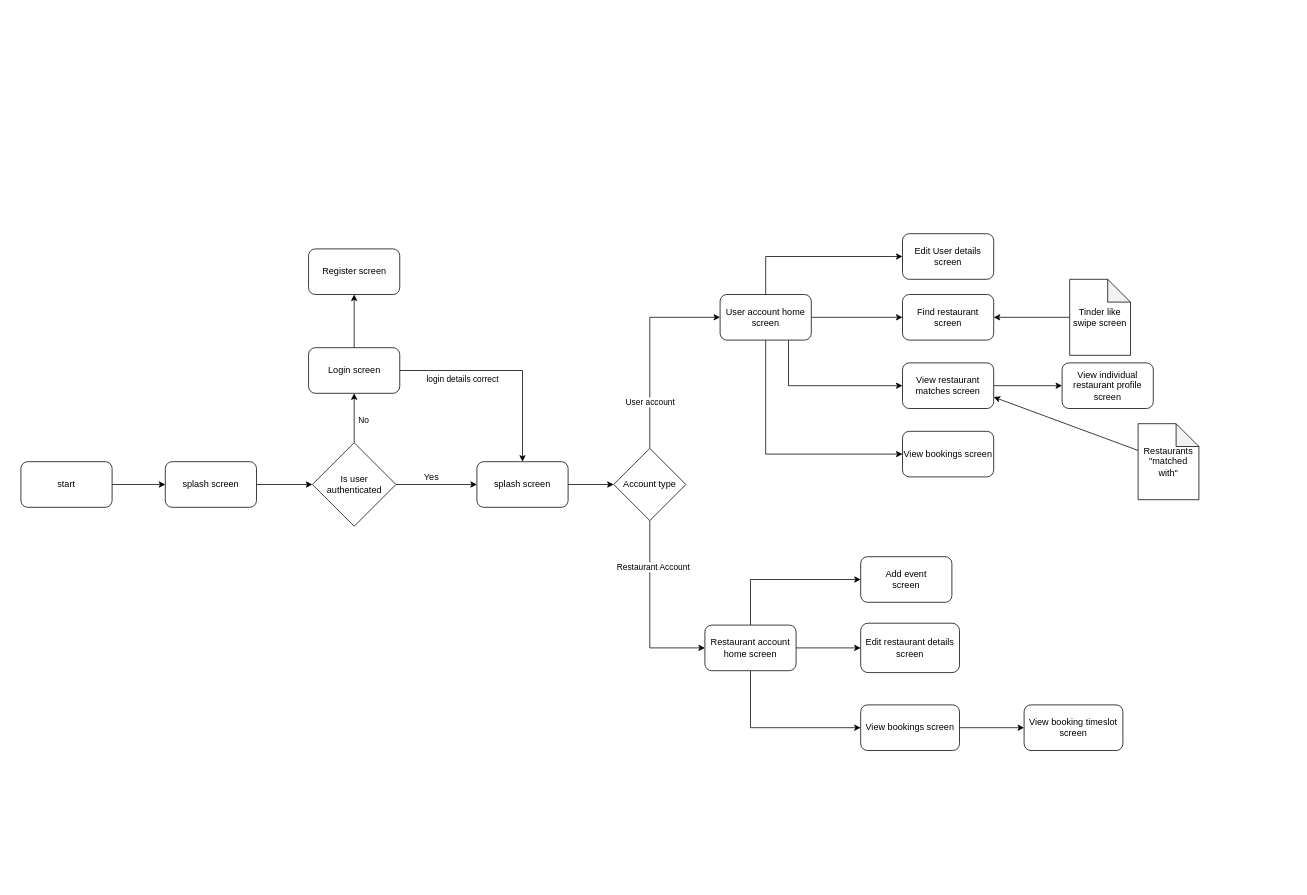
This is frontend/documentation/screen-flowchart.drawio from dylanvanh/MunchOut, a draw.io file, before an edit. Source tidied: cells renumbered, new cells numbered last; positions are measured from the earlier drawing's top-left corner, leaving out a move shared by most shapes. Both pictures are drawn from the tidied source at 76%, with x=0, y=0 at pixel (21, 233).
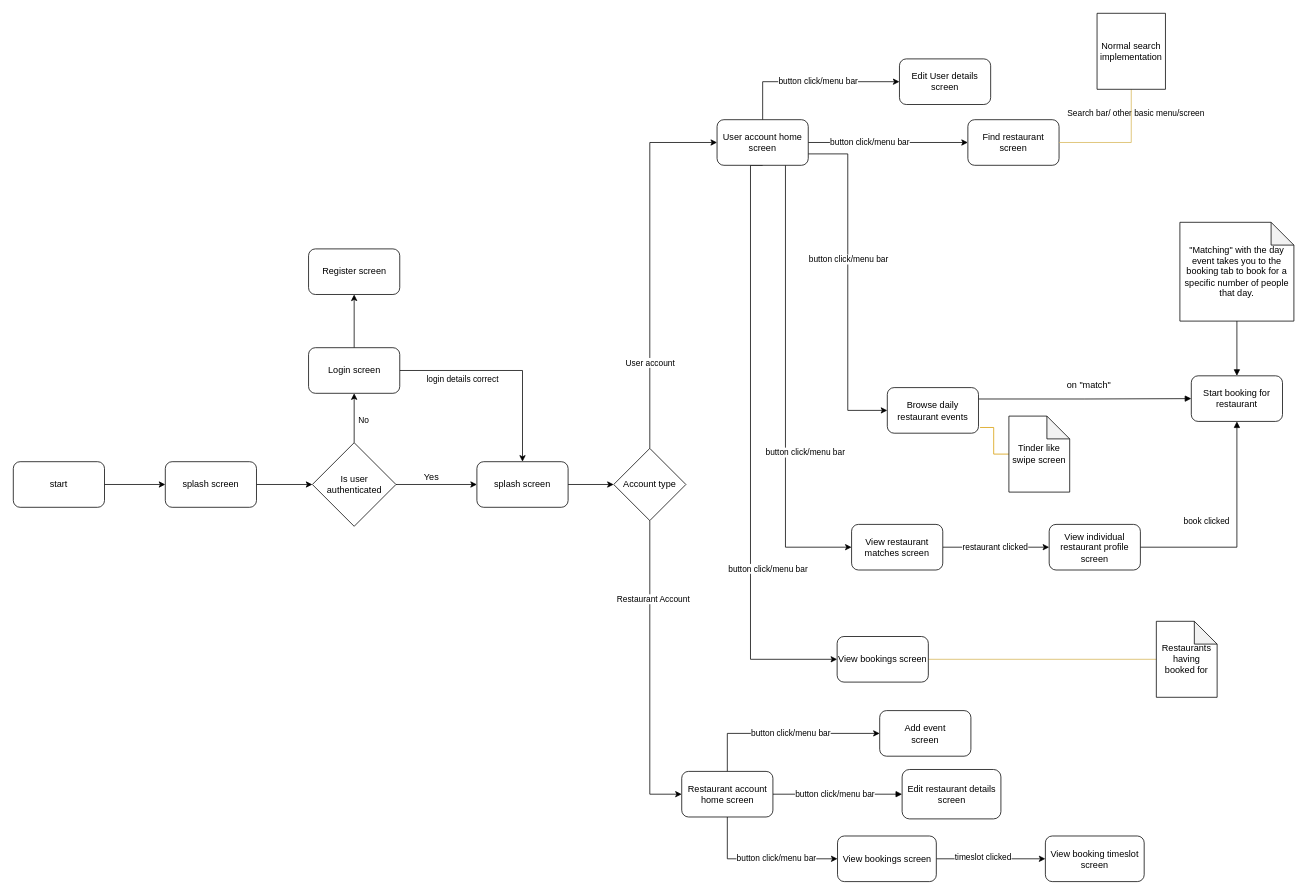
After the change.

Commit message:
Updated frontend flowchart-documentation (#5)

The change refers to these unchanged cells:
```xml
<mxCell id="17" style="edgeStyle=orthogonalEdgeStyle;rounded=0;jettySize=auto;html=1;exitX=1;exitY=0.5;exitDx=0;exitDy=0;" parent="1" edge="1" source="18" target="41">
  <mxGeometry relative="1" as="geometry" />
</mxCell>
<mxCell id="19" style="edgeStyle=orthogonalEdgeStyle;rounded=0;jettySize=auto;html=1;exitX=0.5;exitY=0;exitDx=0;exitDy=0;entryX=0;entryY=0.5;entryDx=0;entryDy=0;" parent="1" edge="1" source="22" target="28">
  <mxGeometry relative="1" as="geometry" />
</mxCell>
<mxCell id="23" style="edgeStyle=orthogonalEdgeStyle;rounded=0;jettySize=auto;html=1;exitX=0.5;exitY=0;exitDx=0;exitDy=0;entryX=0;entryY=0.5;entryDx=0;entryDy=0;" parent="1" edge="1" source="27" target="35">
  <mxGeometry relative="1" as="geometry" />
</mxCell>
<mxCell id="24" style="edgeStyle=orthogonalEdgeStyle;rounded=0;jettySize=auto;html=1;exitX=1;exitY=0.5;exitDx=0;exitDy=0;entryX=0;entryY=0.5;entryDx=0;entryDy=0;" parent="1" edge="1" source="27" target="39">
  <mxGeometry relative="1" as="geometry" />
</mxCell>
<mxCell id="25" style="edgeStyle=orthogonalEdgeStyle;rounded=0;jettySize=auto;html=1;exitX=0.75;exitY=1;exitDx=0;exitDy=0;entryX=0;entryY=0.5;entryDx=0;entryDy=0;" parent="1" edge="1" source="27" target="38">
  <mxGeometry relative="1" as="geometry" />
</mxCell>
<mxCell id="37" style="edgeStyle=orthogonalEdgeStyle;rounded=0;jettySize=auto;html=1;exitX=1;exitY=0.5;exitDx=0;exitDy=0;entryX=0;entryY=0.5;entryDx=0;entryDy=0;" parent="1" edge="1" source="38" target="40">
  <mxGeometry relative="1" as="geometry" />
</mxCell>
```

The edit, as a diff of the source:
```diff
@@
     <mxCell id="3" value="start" style="rounded=1;whiteSpace=wrap;html=1;" parent="1" vertex="1">
-      <mxGeometry y="300" width="120" height="60" as="geometry" />
+      <mxGeometry x="-10" y="300" width="120" height="60" as="geometry" />
     </mxCell>
@@
+    <mxCell id="46" value="timeslot clicked" style="edgeLabel;html=1;align=center;verticalAlign=middle;" parent="17" vertex="1">
+      <mxGeometry x="-0.15" y="2" relative="1" as="geometry" />
+    </mxCell>
     <mxCell id="18" value="View bookings screen" style="rounded=1;whiteSpace=wrap;html=1;" parent="1" vertex="1">
-      <mxGeometry x="1105" y="620" width="130" height="60" as="geometry" />
+      <mxGeometry x="1074.5" y="792.5" width="130" height="60" as="geometry" />
     </mxCell>
@@
+    <mxCell id="47" value="button click/menu bar" style="edgeLabel;html=1;align=center;verticalAlign=middle;" parent="19" vertex="1">
+      <mxGeometry x="0.06" relative="1" as="geometry" />
+    </mxCell>
+    <mxCell id="21" style="edgeStyle=orthogonalEdgeStyle;rounded=0;jettySize=auto;html=1;exitX=0.5;exitY=1;exitDx=0;exitDy=0;entryX=0;entryY=0.5;entryDx=0;entryDy=0;" parent="1" edge="1" source="22" target="18">
+      <mxGeometry relative="1" as="geometry" />
+    </mxCell>
+    <mxCell id="48" value="button click/menu bar" style="edgeLabel;html=1;align=center;verticalAlign=middle;" parent="21" vertex="1">
+      <mxGeometry x="0.19" y="1" relative="1" as="geometry" />
+    </mxCell>
-    <mxCell id="20" style="edgeStyle=orthogonalEdgeStyle;rounded=0;jettySize=auto;html=1;exitX=1;exitY=0.5;exitDx=0;exitDy=0;entryX=0;entryY=0.5;entryDx=0;entryDy=0;" parent="1" edge="1" source="22" target="29">
+    <mxCell id="20" style="edgeStyle=orthogonalEdgeStyle;rounded=0;jettySize=auto;html=1;exitX=1;exitY=0.5;exitDx=0;exitDy=0;entryX=0;entryY=0.5;entryDx=0;entryDy=0;endArrow=block;endFill=1;" parent="1" edge="1" source="22" target="29">
       <mxGeometry relative="1" as="geometry" />
     </mxCell>
-    <mxCell id="21" style="edgeStyle=orthogonalEdgeStyle;rounded=0;jettySize=auto;html=1;exitX=0.5;exitY=1;exitDx=0;exitDy=0;entryX=0;entryY=0.5;entryDx=0;entryDy=0;" parent="1" edge="1" source="22" target="18">
-      <mxGeometry relative="1" as="geometry" />
-    </mxCell>
+    <mxCell id="49" value="button click/menu bar" style="edgeLabel;html=1;align=center;verticalAlign=middle;" parent="20" vertex="1">
+      <mxGeometry x="-0.28" y="-1" relative="1" as="geometry">
+        <mxPoint x="20" y="-1" as="offset" />
+      </mxGeometry>
+    </mxCell>
     <mxCell id="22" value="Restaurant account home screen" style="rounded=1;whiteSpace=wrap;html=1;" parent="1" vertex="1">
-      <mxGeometry x="900" y="515" width="120" height="60" as="geometry" />
+      <mxGeometry x="869.5" y="707.5" width="120" height="60" as="geometry" />
     </mxCell>
@@
+    <mxCell id="50" value="button click/menu bar" style="edgeLabel;html=1;align=center;verticalAlign=middle;" parent="23" vertex="1">
+      <mxGeometry x="0.06" y="2" relative="1" as="geometry" />
+    </mxCell>
@@
+    <mxCell id="51" value="Search bar/ other basic menu/screen" style="edgeLabel;html=1;align=center;verticalAlign=middle;" parent="24" vertex="1">
+      <mxGeometry x="-0.11" y="1" relative="1" as="geometry">
+        <mxPoint x="337" y="-39" as="offset" />
+      </mxGeometry>
+    </mxCell>
+    <mxCell id="52" value="button click/menu bar" style="edgeLabel;html=1;align=center;verticalAlign=middle;" parent="24" vertex="1">
+      <mxGeometry x="-0.24" y="1" relative="1" as="geometry" />
+    </mxCell>
@@
+    <mxCell id="53" value="button click/menu bar" style="edgeLabel;html=1;align=center;verticalAlign=middle;" parent="25" vertex="1">
+      <mxGeometry x="0.28" relative="1" as="geometry">
+        <mxPoint x="25" as="offset" />
+      </mxGeometry>
+    </mxCell>
     <mxCell id="26" style="edgeStyle=orthogonalEdgeStyle;rounded=0;jettySize=auto;html=1;exitX=0.5;exitY=1;exitDx=0;exitDy=0;entryX=0;entryY=0.5;entryDx=0;entryDy=0;" parent="1" edge="1" source="27" target="36">
-      <mxGeometry relative="1" as="geometry" />
+      <mxGeometry relative="1" as="geometry">
+        <Array as="points">
+          <mxPoint x="960" y="-90" />
+          <mxPoint x="960" y="560" />
+        </Array>
+      </mxGeometry>
     </mxCell>
+    <mxCell id="54" value="button click/menu bar" style="edgeLabel;html=1;align=center;verticalAlign=middle;" parent="26" vertex="1">
+      <mxGeometry x="0.4" y="2" relative="1" as="geometry">
+        <mxPoint x="20" as="offset" />
+      </mxGeometry>
+    </mxCell>
+    <mxCell id="55" style="edgeStyle=orthogonalEdgeStyle;rounded=0;jettySize=auto;html=1;exitX=1;exitY=0.75;exitDx=0;exitDy=0;entryX=0;entryY=0.5;entryDx=0;entryDy=0;" parent="1" edge="1" source="27" target="63">
+      <mxGeometry relative="1" as="geometry" />
+    </mxCell>
+    <mxCell id="56" value="button click/menu bar" style="edgeLabel;html=1;align=center;verticalAlign=middle;" parent="55" vertex="1">
+      <mxGeometry x="-0.14" relative="1" as="geometry" />
+    </mxCell>
     <mxCell id="27" value="User account home screen" style="rounded=1;whiteSpace=wrap;html=1;" parent="1" vertex="1">
-      <mxGeometry x="920" y="80" width="120" height="60" as="geometry" />
+      <mxGeometry x="916" y="-150" width="120" height="60" as="geometry" />
     </mxCell>
     <mxCell id="28" value="Add event&lt;br&gt;screen" style="rounded=1;whiteSpace=wrap;html=1;" parent="1" vertex="1">
-      <mxGeometry x="1105" y="425" width="120" height="60" as="geometry" />
+      <mxGeometry x="1130" y="627.5" width="120" height="60" as="geometry" />
     </mxCell>
     <mxCell id="29" value="Edit restaurant details&lt;br&gt;screen" style="rounded=1;whiteSpace=wrap;html=1;" parent="1" vertex="1">
-      <mxGeometry x="1105" y="512.5" width="130" height="65" as="geometry" />
+      <mxGeometry x="1159.5" y="705" width="130" height="65" as="geometry" />
     </mxCell>
@@
     <mxCell id="35" value="Edit User details screen" style="rounded=1;whiteSpace=wrap;html=1;" parent="1" vertex="1">
-      <mxGeometry x="1160" width="120" height="60" as="geometry" />
+      <mxGeometry x="1156" y="-230" width="120" height="60" as="geometry" />
     </mxCell>
+    <mxCell id="57" style="edgeStyle=orthogonalEdgeStyle;rounded=0;jettySize=auto;html=1;exitX=1;exitY=0.5;exitDx=0;exitDy=0;entryX=0;entryY=0.5;entryDx=0;entryDy=0;entryPerimeter=0;endArrow=none;endFill=0;fillColor=#fff2cc;strokeColor=#d6b656;" parent="1" edge="1" source="36" target="66">
+      <mxGeometry relative="1" as="geometry" />
+    </mxCell>
     <mxCell id="36" value="View bookings screen" style="rounded=1;whiteSpace=wrap;html=1;" parent="1" vertex="1">
-      <mxGeometry x="1160" y="260" width="120" height="60" as="geometry" />
+      <mxGeometry x="1074" y="530" width="120" height="60" as="geometry" />
     </mxCell>
@@
+    <mxCell id="58" value="restaurant clicked" style="edgeLabel;html=1;align=center;verticalAlign=middle;" parent="37" vertex="1">
+      <mxGeometry x="-0.21" y="-1" relative="1" as="geometry">
+        <mxPoint x="13" y="-1" as="offset" />
+      </mxGeometry>
+    </mxCell>
     <mxCell id="38" value="View restaurant matches screen" style="rounded=1;whiteSpace=wrap;html=1;" parent="1" vertex="1">
-      <mxGeometry x="1160" y="170" width="120" height="60" as="geometry" />
+      <mxGeometry x="1093" y="382.5" width="120" height="60" as="geometry" />
     </mxCell>
     <mxCell id="39" value="Find restaurant screen" style="rounded=1;whiteSpace=wrap;html=1;" parent="1" vertex="1">
-      <mxGeometry x="1160" y="80" width="120" height="60" as="geometry" />
+      <mxGeometry x="1246" y="-150" width="120" height="60" as="geometry" />
     </mxCell>
+    <mxCell id="59" style="edgeStyle=orthogonalEdgeStyle;rounded=0;jettySize=auto;html=1;entryX=0.5;entryY=1;entryDx=0;entryDy=0;endArrow=block;endFill=1;" parent="1" edge="1" source="40" target="67">
+      <mxGeometry relative="1" as="geometry" />
+    </mxCell>
+    <mxCell id="60" value="book clicked" style="edgeLabel;html=1;align=center;verticalAlign=middle;" parent="59" vertex="1">
+      <mxGeometry x="-0.39" y="2" relative="1" as="geometry">
+        <mxPoint x="-3" y="-33" as="offset" />
+      </mxGeometry>
+    </mxCell>
     <mxCell id="40" value="View individual restaurant profile screen" style="rounded=1;whiteSpace=wrap;html=1;" parent="1" vertex="1">
-      <mxGeometry x="1370" y="170" width="120" height="60" as="geometry" />
+      <mxGeometry x="1353" y="382.5" width="120" height="60" as="geometry" />
     </mxCell>
     <mxCell id="41" value="View booking timeslot screen" style="rounded=1;whiteSpace=wrap;html=1;" parent="1" vertex="1">
-      <mxGeometry x="1320" y="620" width="130" height="60" as="geometry" />
+      <mxGeometry x="1348" y="792.5" width="130" height="60" as="geometry" />
     </mxCell>
-    <mxCell id="42" style="edgeStyle=orthogonalEdgeStyle;rounded=0;jettySize=auto;html=1;entryX=1;entryY=0.5;entryDx=0;entryDy=0;" parent="1" edge="1" source="43" target="39">
-      <mxGeometry relative="1" as="geometry" />
-    </mxCell>
+    <mxCell id="61" style="edgeStyle=orthogonalEdgeStyle;rounded=0;jettySize=auto;html=1;exitX=0;exitY=0.5;exitDx=0;exitDy=0;exitPerimeter=0;entryX=1.017;entryY=0.875;entryDx=0;entryDy=0;endArrow=none;endFill=0;fillColor=#ffe6cc;strokeColor=#d79b00;entryPerimeter=0;" parent="1" edge="1" source="43" target="63">
+      <mxGeometry relative="1" as="geometry" />
+    </mxCell>
     <mxCell id="43" value="Tinder like swipe screen" style="shape=note;whiteSpace=wrap;html=1;backgroundOutline=1;darkOpacity=0.05;" parent="1" vertex="1">
-      <mxGeometry x="1380" y="60" width="80" height="100" as="geometry" />
+      <mxGeometry x="1300" y="240" width="80" height="100" as="geometry" />
     </mxCell>
-    <mxCell id="44" style="rounded=0;jettySize=auto;html=1;entryX=1;entryY=0.75;entryDx=0;entryDy=0;" parent="1" edge="1" source="45" target="38">
-      <mxGeometry relative="1" as="geometry" />
-    </mxCell>
-    <mxCell id="45" value="Restaurants &quot;matched with&quot;" style="shape=note;whiteSpace=wrap;html=1;backgroundOutline=1;darkOpacity=0.05;" parent="1" vertex="1">
-      <mxGeometry x="1470" y="250" width="80" height="100" as="geometry" />
-    </mxCell>
+    <mxCell id="62" style="edgeStyle=orthogonalEdgeStyle;rounded=0;jettySize=auto;html=1;exitX=1;exitY=0.25;exitDx=0;exitDy=0;entryX=0;entryY=0.5;entryDx=0;entryDy=0;endArrow=block;endFill=1;" parent="1" edge="1" source="63" target="67">
+      <mxGeometry relative="1" as="geometry" />
+    </mxCell>
+    <mxCell id="63" value="Browse daily restaurant events" style="rounded=1;whiteSpace=wrap;html=1;" parent="1" vertex="1">
+      <mxGeometry x="1140" y="202.5" width="120" height="60" as="geometry" />
+    </mxCell>
+    <mxCell id="64" style="edgeStyle=orthogonalEdgeStyle;rounded=0;jettySize=auto;html=1;entryX=1;entryY=0.5;entryDx=0;entryDy=0;exitX=0.5;exitY=1;exitDx=0;exitDy=0;exitPerimeter=0;endArrow=none;endFill=0;fillColor=#fff2cc;strokeColor=#d6b656;" parent="1" edge="1" source="65" target="39">
+      <mxGeometry relative="1" as="geometry" />
+    </mxCell>
+    <mxCell id="65" value="Normal search implementation" style="shape=note;whiteSpace=wrap;html=1;backgroundOutline=1;darkOpacity=0.05;size=0;" parent="1" vertex="1">
+      <mxGeometry x="1416" y="-290" width="90" height="100" as="geometry" />
+    </mxCell>
+    <mxCell id="66" value="Restaurants having booked for" style="shape=note;whiteSpace=wrap;html=1;backgroundOutline=1;darkOpacity=0.05;" parent="1" vertex="1">
+      <mxGeometry x="1494" y="510" width="80" height="100" as="geometry" />
+    </mxCell>
+    <mxCell id="67" value="Start booking for restaurant" style="rounded=1;whiteSpace=wrap;html=1;" parent="1" vertex="1">
+      <mxGeometry x="1540" y="187" width="120" height="60" as="geometry" />
+    </mxCell>
+    <mxCell id="68" value="on &quot;match&quot;" style="text;html=1;align=center;verticalAlign=middle;strokeColor=none;fillColor=none;" parent="1" vertex="1">
+      <mxGeometry x="1370" y="190" width="70" height="20" as="geometry" />
+    </mxCell>
+    <mxCell id="69" style="edgeStyle=orthogonalEdgeStyle;rounded=0;jettySize=auto;html=1;entryX=0.5;entryY=0;entryDx=0;entryDy=0;endArrow=block;endFill=1;" parent="1" edge="1" source="70" target="67">
+      <mxGeometry relative="1" as="geometry" />
+    </mxCell>
+    <mxCell id="70" value="&quot;Matching&quot; with the day event takes you to the booking tab to book for a specific number of people that day." style="shape=note;whiteSpace=wrap;html=1;backgroundOutline=1;darkOpacity=0.05;" parent="1" vertex="1">
+      <mxGeometry x="1525" y="-15" width="150" height="130" as="geometry" />
+    </mxCell>
```
